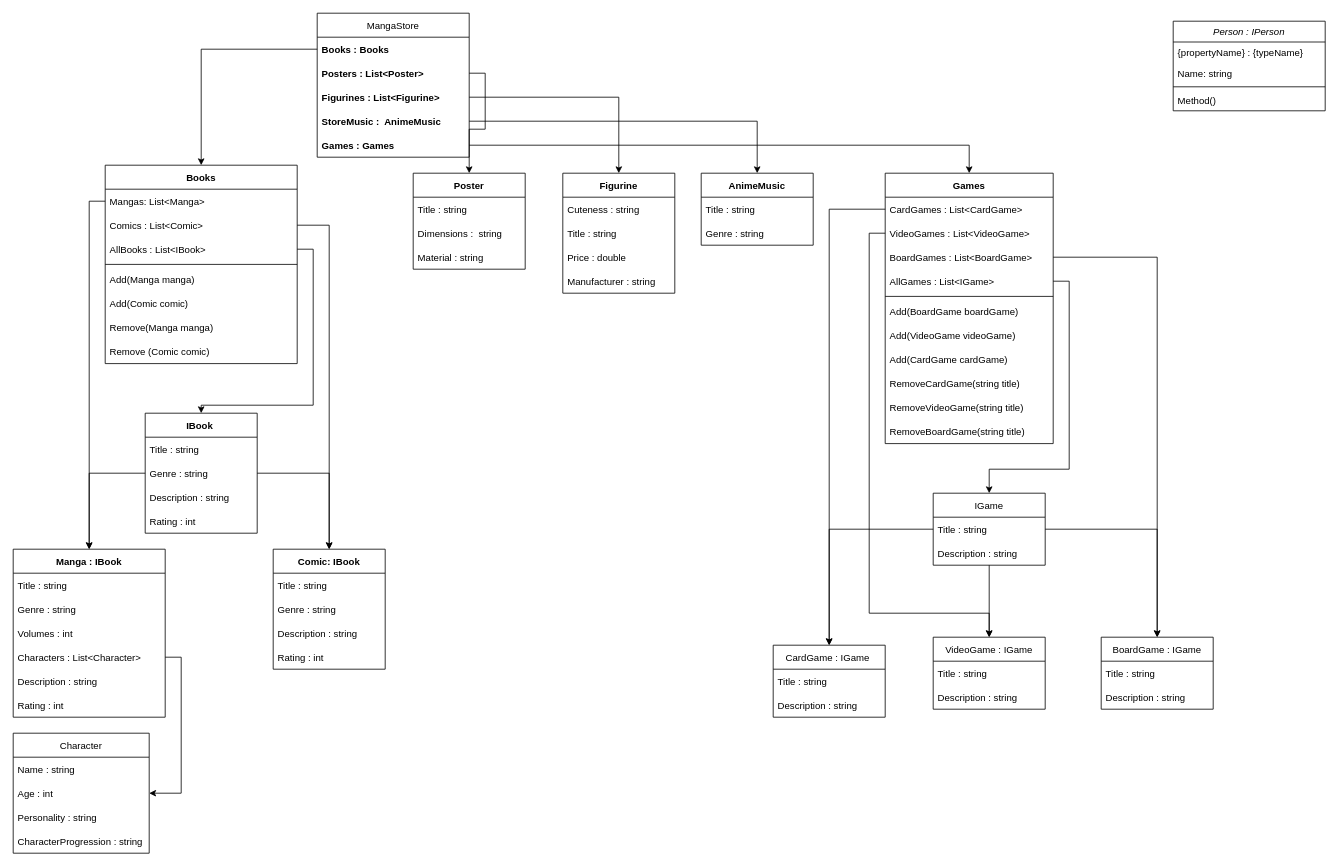
This is MangaStore/Digrams/ClassDiagram.drawio from lauravoineag/Kata, a draw.io file, before an edit. Source tidied: cells renumbered, new cells numbered last; positions are measured from the earlier drawing's top-left corner, leaving out a move shared by most shapes. Both pictures are drawn from the tidied source at 80%, with x=0, y=0 at pixel (13, 13).
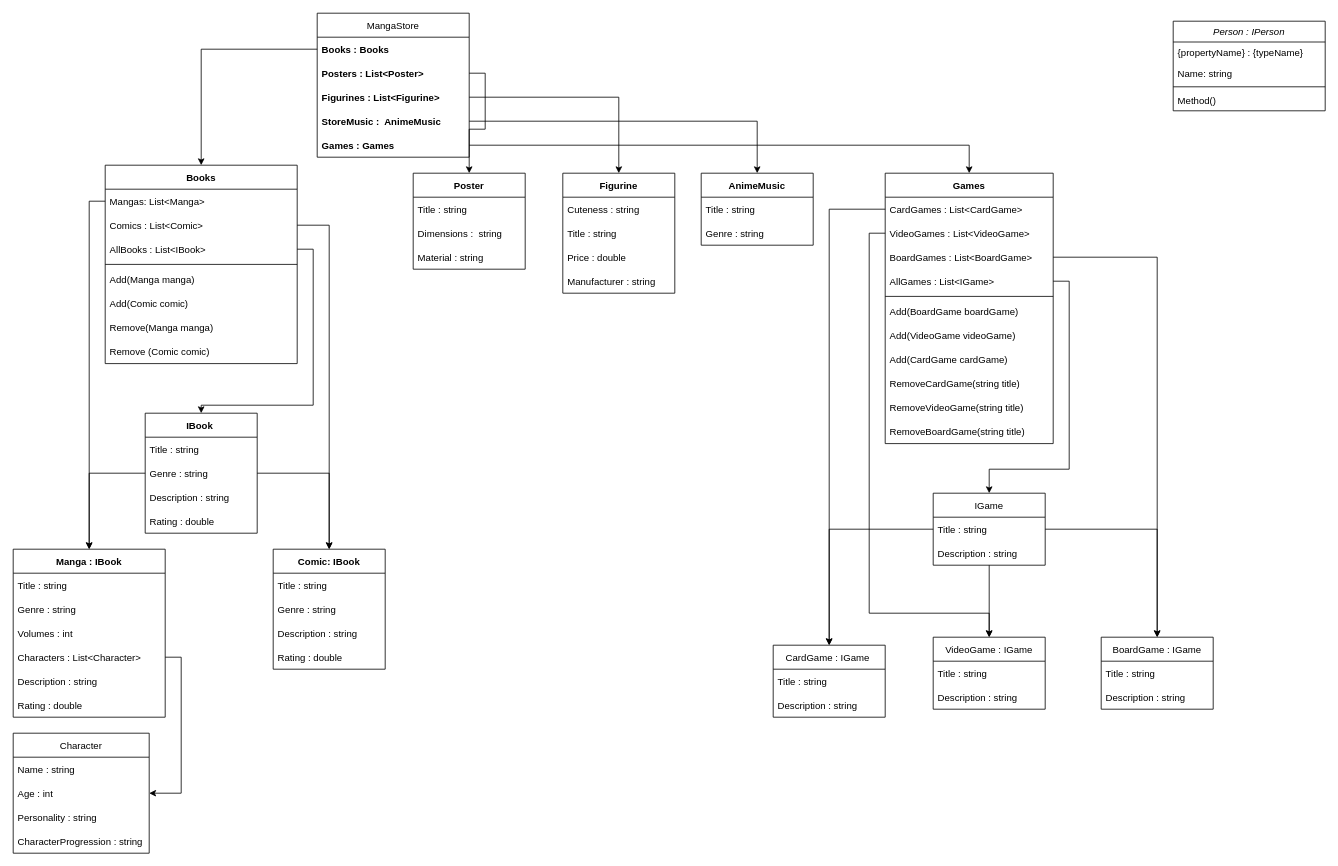
Above is the later version.

Unchanged cells that the change refers to:
```xml
<mxCell id="18" value="Manga : IBook" style="swimlane;fontStyle=1;horizontal=1;startSize=30;fontColor=#000000;" parent="1" vertex="1">
  <mxGeometry y="670" width="190" height="210" as="geometry" />
</mxCell>
<mxCell id="35" value="Comic: IBook" style="swimlane;fontStyle=1;horizontal=1;startSize=30;fontColor=#000000;" parent="1" vertex="1">
  <mxGeometry x="325" y="670" width="140" height="150" as="geometry" />
</mxCell>
<mxCell id="46" value="IBook " style="swimlane;fontStyle=1;horizontal=1;startSize=30;fontColor=#000000;" parent="1" vertex="1">
  <mxGeometry x="165" y="500" width="140" height="150" as="geometry" />
</mxCell>
```

Change to the diagram source:
```diff
@@
-    <mxCell id="24" value="Rating : int " style="text;strokeColor=none;fillColor=none;align=left;verticalAlign=middle;spacingLeft=4;spacingRight=4;overflow=hidden;fontColor=#000000;" parent="18" vertex="1">
+    <mxCell id="24" value="Rating : double " style="text;strokeColor=none;fillColor=none;align=left;verticalAlign=middle;spacingLeft=4;spacingRight=4;overflow=hidden;fontColor=#000000;" parent="18" vertex="1">
       <mxGeometry y="180" width="190" height="30" as="geometry" />
     </mxCell>
@@
-    <mxCell id="39" value="Rating : int " style="text;strokeColor=none;fillColor=none;align=left;verticalAlign=middle;spacingLeft=4;spacingRight=4;overflow=hidden;fontColor=#000000;" parent="35" vertex="1">
+    <mxCell id="39" value="Rating : double " style="text;strokeColor=none;fillColor=none;align=left;verticalAlign=middle;spacingLeft=4;spacingRight=4;overflow=hidden;fontColor=#000000;" parent="35" vertex="1">
       <mxGeometry y="120" width="140" height="30" as="geometry" />
     </mxCell>
@@
-    <mxCell id="50" value="Rating : int " style="text;strokeColor=none;fillColor=none;align=left;verticalAlign=middle;spacingLeft=4;spacingRight=4;overflow=hidden;fontColor=#000000;" parent="46" vertex="1">
+    <mxCell id="50" value="Rating : double " style="text;strokeColor=none;fillColor=none;align=left;verticalAlign=middle;spacingLeft=4;spacingRight=4;overflow=hidden;fontColor=#000000;" parent="46" vertex="1">
       <mxGeometry y="120" width="140" height="30" as="geometry" />
     </mxCell>
```
